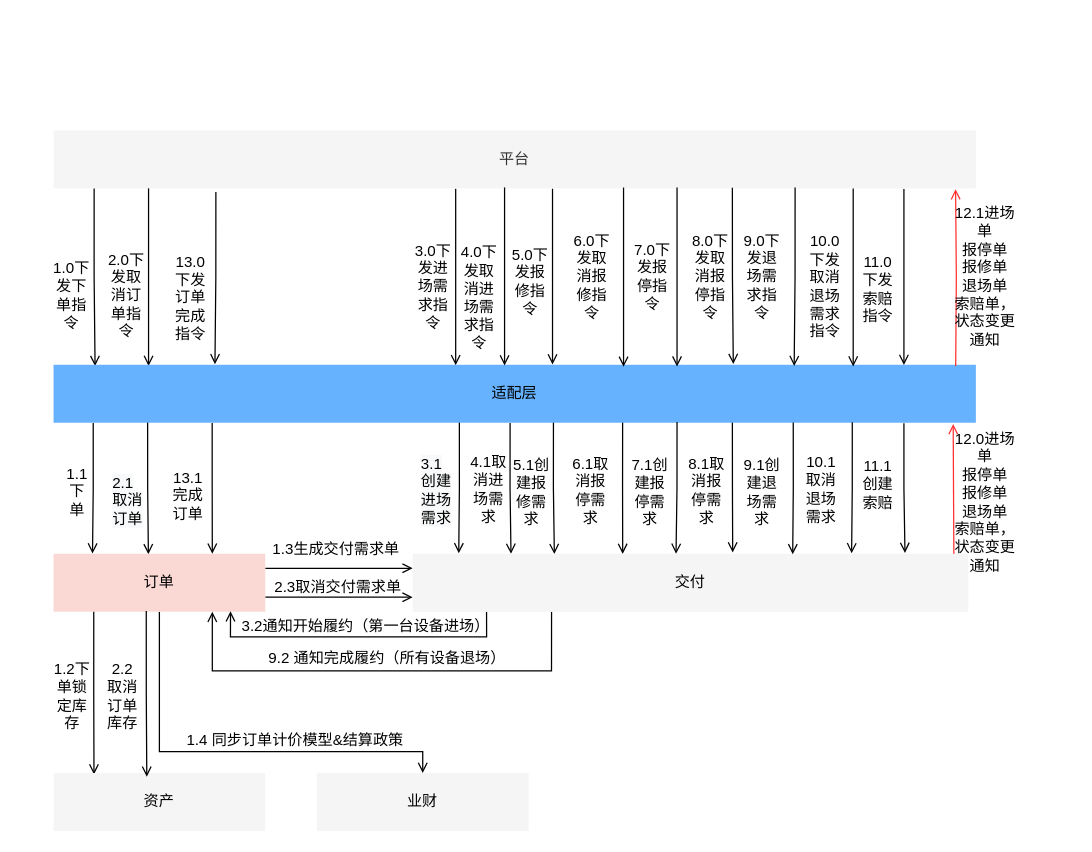
The draw.io diagram page "Copy of Page-29" (33 of 36) of docs/自营重构.drawio in lokiworks/codebase, before the edit. Source tidied: cells renumbered, new cells numbered last; positions are measured from the earlier drawing's top-left corner, leaving out a move shared by most shapes. Both pictures are drawn from the tidied source at 126%, with x=0, y=0 at pixel (50, 130).
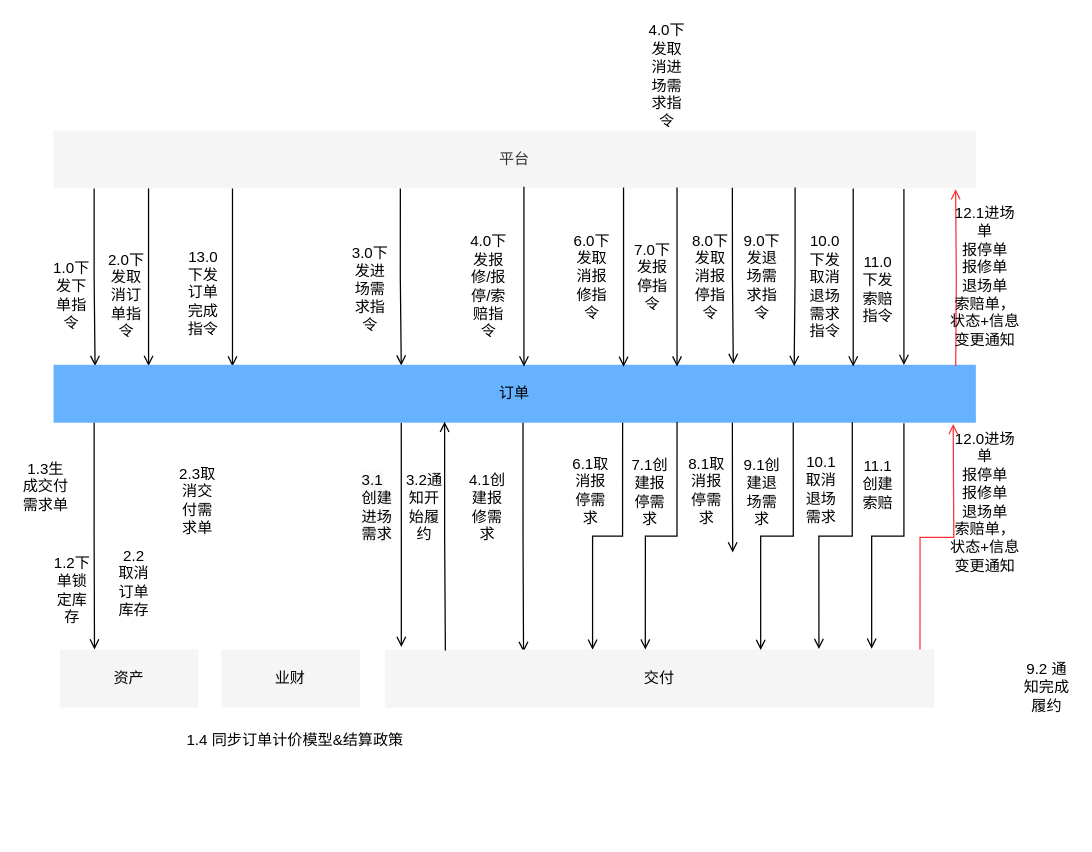
Above is the later version.

The change refers to these unchanged cells:
```xml
<mxCell id="6" value="平台" style="rounded=0;whiteSpace=wrap;html=1;strokeColor=none;fillColor=#f5f5f5;fontColor=#333333;" parent="1" vertex="1">
  <mxGeometry x="2" width="732" height="46" as="geometry" />
</mxCell>
```

What changed in the source:
```diff
@@
-    <mxCell id="4" style="edgeStyle=orthogonalEdgeStyle;rounded=0;jettySize=auto;html=1;fontColor=#000000;endArrow=open;endFill=0;entryX=0.436;entryY=0.007;entryDx=0;entryDy=0;entryPerimeter=0;exitX=0.436;exitY=1.005;exitDx=0;exitDy=0;exitPerimeter=0;" parent="1" edge="1" source="6" target="13">
+    <mxCell id="4" style="edgeStyle=orthogonalEdgeStyle;rounded=0;jettySize=auto;html=1;fontColor=#000000;endArrow=open;endFill=0;exitX=0.376;exitY=0.997;exitDx=0;exitDy=0;exitPerimeter=0;entryX=0.377;entryY=0.013;entryDx=0;entryDy=0;entryPerimeter=0;" parent="1" edge="1" source="6" target="13">
       <mxGeometry relative="1" as="geometry" />
     </mxCell>
-    <mxCell id="5" style="edgeStyle=orthogonalEdgeStyle;rounded=0;jettySize=auto;html=1;exitX=0.176;exitY=1.063;exitDx=0;exitDy=0;entryX=0.175;entryY=-0.009;entryDx=0;entryDy=0;entryPerimeter=0;fontColor=#000000;startArrow=none;startFill=0;endArrow=open;endFill=0;strokeColor=#000000;exitPerimeter=0;" parent="1" edge="1" source="6" target="13">
+    <mxCell id="5" style="edgeStyle=orthogonalEdgeStyle;rounded=0;jettySize=auto;html=1;exitX=0.194;exitY=0.997;exitDx=0;exitDy=0;fontColor=#000000;startArrow=none;startFill=0;endArrow=open;endFill=0;strokeColor=#000000;exitPerimeter=0;entryX=0.194;entryY=0.03;entryDx=0;entryDy=0;entryPerimeter=0;" parent="1" edge="1" source="6" target="13">
       <mxGeometry relative="1" as="geometry" />
     </mxCell>
@@
-    <mxCell id="7" style="edgeStyle=orthogonalEdgeStyle;rounded=0;jettySize=auto;html=1;entryX=0.448;entryY=0.009;entryDx=0;entryDy=0;fontColor=#000000;endArrow=open;endFill=0;exitX=0.102;exitY=0.984;exitDx=0;exitDy=0;exitPerimeter=0;entryPerimeter=0;" parent="1" edge="1" source="13" target="18">
-      <mxGeometry relative="1" as="geometry" />
-    </mxCell>
-    <mxCell id="8" style="edgeStyle=orthogonalEdgeStyle;rounded=0;jettySize=auto;html=1;entryX=0.083;entryY=-0.008;entryDx=0;entryDy=0;fontColor=#000000;endArrow=open;endFill=0;entryPerimeter=0;exitX=0.44;exitY=0.974;exitDx=0;exitDy=0;exitPerimeter=0;" parent="1" edge="1" source="13" target="22">
-      <mxGeometry relative="1" as="geometry" />
+    <mxCell id="8" style="edgeStyle=orthogonalEdgeStyle;rounded=0;jettySize=auto;html=1;fontColor=#000000;endArrow=open;endFill=0;exitX=0.377;exitY=1;exitDx=0;exitDy=0;exitPerimeter=0;" parent="1" edge="1" source="13">
+      <mxGeometry relative="1" as="geometry">
+        <mxPoint x="278" y="410" as="targetPoint" />
+      </mxGeometry>
     </mxCell>
-    <mxCell id="9" style="edgeStyle=orthogonalEdgeStyle;rounded=0;jettySize=auto;html=1;entryX=0.177;entryY=0.001;entryDx=0;entryDy=0;fontColor=#000000;endArrow=open;endFill=0;entryPerimeter=0;exitX=0.495;exitY=1.004;exitDx=0;exitDy=0;exitPerimeter=0;" parent="1" edge="1" source="13" target="22">
-      <mxGeometry relative="1" as="geometry" />
-    </mxCell>
-    <mxCell id="10" style="edgeStyle=orthogonalEdgeStyle;rounded=0;jettySize=auto;html=1;exitX=0.542;exitY=0.989;exitDx=0;exitDy=0;fontColor=#000000;endArrow=open;endFill=0;exitPerimeter=0;entryX=0.255;entryY=0.006;entryDx=0;entryDy=0;entryPerimeter=0;" parent="1" edge="1" source="13" target="22">
-      <mxGeometry relative="1" as="geometry" />
+    <mxCell id="10" style="edgeStyle=orthogonalEdgeStyle;rounded=0;jettySize=auto;html=1;exitX=0.509;exitY=0.99;exitDx=0;exitDy=0;fontColor=#000000;endArrow=open;endFill=0;exitPerimeter=0;" parent="1" edge="1" source="13">
+      <mxGeometry relative="1" as="geometry">
+        <mxPoint x="375" y="414" as="targetPoint" />
+      </mxGeometry>
     </mxCell>
@@
-    <mxCell id="13" value="&lt;font color=&quot;#000000&quot;&gt;适配层&lt;/font&gt;" style="rounded=0;whiteSpace=wrap;html=1;strokeColor=none;fillColor=#66B2FF;fontColor=#ffffff;" parent="1" vertex="1">
+    <mxCell id="13" value="&lt;font color=&quot;#000000&quot;&gt;订单&lt;/font&gt;" style="rounded=0;whiteSpace=wrap;html=1;strokeColor=none;fillColor=#66B2FF;fontColor=#ffffff;" parent="1" vertex="1">
       <mxGeometry x="2" y="186" width="732" height="46" as="geometry" />
     </mxCell>
-    <mxCell id="14" style="edgeStyle=orthogonalEdgeStyle;rounded=0;jettySize=auto;html=1;exitX=0.19;exitY=0.99;exitDx=0;exitDy=0;fontColor=#000000;endArrow=open;endFill=0;exitPerimeter=0;entryX=0.191;entryY=0.026;entryDx=0;entryDy=0;entryPerimeter=0;" parent="1" edge="1" source="18" target="25">
+    <mxCell id="14" style="edgeStyle=orthogonalEdgeStyle;rounded=0;jettySize=auto;html=1;exitX=0.044;exitY=1;exitDx=0;exitDy=0;fontColor=#000000;endArrow=open;endFill=0;exitPerimeter=0;entryX=0.25;entryY=0;entryDx=0;entryDy=0;" parent="1" edge="1" source="13" target="25">
       <mxGeometry relative="1" as="geometry" />
     </mxCell>
-    <mxCell id="15" style="edgeStyle=orthogonalEdgeStyle;rounded=0;jettySize=auto;html=1;exitX=1;exitY=0.25;exitDx=0;exitDy=0;entryX=0;entryY=0.25;entryDx=0;entryDy=0;fontColor=#000000;endArrow=open;endFill=0;" parent="1" edge="1" source="18" target="22">
-      <mxGeometry relative="1" as="geometry" />
-    </mxCell>
-    <mxCell id="16" style="edgeStyle=orthogonalEdgeStyle;rounded=0;jettySize=auto;html=1;exitX=1;exitY=0.75;exitDx=0;exitDy=0;entryX=0;entryY=0.75;entryDx=0;entryDy=0;fontColor=#000000;endArrow=open;endFill=0;startArrow=none;startFill=0;" parent="1" edge="1" source="18" target="22">
-      <mxGeometry relative="1" as="geometry" />
-    </mxCell>
-    <mxCell id="17" style="edgeStyle=orthogonalEdgeStyle;rounded=0;jettySize=auto;html=1;exitX=0.5;exitY=1;exitDx=0;exitDy=0;entryX=0.5;entryY=0;entryDx=0;entryDy=0;fontColor=#000000;startArrow=none;startFill=0;endArrow=open;endFill=0;strokeColor=#000000;" parent="1" edge="1" source="18" target="72">
-      <mxGeometry relative="1" as="geometry">
-        <Array as="points">
-          <mxPoint x="86" y="493" />
-          <mxPoint x="295" y="493" />
-        </Array>
-      </mxGeometry>
-    </mxCell>
-    <mxCell id="18" value="&lt;font color=&quot;#000000&quot;&gt;订单&lt;/font&gt;" style="rounded=0;whiteSpace=wrap;html=1;strokeColor=none;fillColor=#fad9d5;" parent="1" vertex="1">
-      <mxGeometry x="2" y="336" width="168" height="46" as="geometry" />
-    </mxCell>
-    <mxCell id="19" style="edgeStyle=orthogonalEdgeStyle;rounded=0;jettySize=auto;html=1;exitX=0.133;exitY=0.999;exitDx=0;exitDy=0;entryX=0.836;entryY=0.993;entryDx=0;entryDy=0;entryPerimeter=0;fontColor=#000000;endArrow=open;endFill=0;exitPerimeter=0;" parent="1" edge="1" source="22" target="18">
-      <mxGeometry relative="1" as="geometry">
-        <Array as="points">
-          <mxPoint x="346" y="402" />
-          <mxPoint x="142" y="402" />
-        </Array>
-      </mxGeometry>
-    </mxCell>
-    <mxCell id="20" style="edgeStyle=orthogonalEdgeStyle;rounded=0;jettySize=auto;html=1;exitX=0.25;exitY=1;exitDx=0;exitDy=0;entryX=0.75;entryY=1;entryDx=0;entryDy=0;fontColor=#000000;endArrow=open;endFill=0;" parent="1" edge="1" source="22" target="18">
-      <mxGeometry relative="1" as="geometry">
-        <Array as="points">
-          <mxPoint x="397" y="429" />
-          <mxPoint x="128" y="429" />
-        </Array>
-      </mxGeometry>
-    </mxCell>
@@
     <mxCell id="22" value="&lt;font color=&quot;#000000&quot;&gt;交付&lt;/font&gt;" style="rounded=0;whiteSpace=wrap;html=1;strokeColor=none;fillColor=#f5f5f5;fontColor=#333333;" parent="1" vertex="1">
-      <mxGeometry x="287" y="336" width="441" height="46" as="geometry" />
+      <mxGeometry x="265" y="412" width="436" height="46" as="geometry" />
     </mxCell>
-    <mxCell id="23" style="edgeStyle=orthogonalEdgeStyle;rounded=0;jettySize=auto;html=1;exitX=0.043;exitY=1.003;exitDx=0;exitDy=0;entryX=0.184;entryY=-0.003;entryDx=0;entryDy=0;entryPerimeter=0;fontColor=#000000;endArrow=open;endFill=0;exitPerimeter=0;" parent="1" edge="1" source="13" target="18">
-      <mxGeometry relative="1" as="geometry" />
-    </mxCell>
@@
     <mxCell id="25" value="&lt;font color=&quot;#000000&quot;&gt;资产&lt;/font&gt;" style="rounded=0;whiteSpace=wrap;html=1;strokeColor=none;fillColor=#f5f5f5;fontColor=#333333;" parent="1" vertex="1">
-      <mxGeometry x="2" y="510" width="168" height="46" as="geometry" />
+      <mxGeometry x="7" y="412" width="110" height="46" as="geometry" />
     </mxCell>
     <mxCell id="26" value="1.2下单锁定库存" style="text;html=1;strokeColor=none;fillColor=none;align=center;verticalAlign=middle;whiteSpace=wrap;rounded=0;fontColor=#000000;" parent="1" vertex="1">
-      <mxGeometry x="-0.5" y="414.5" width="34" height="69" as="geometry" />
+      <mxGeometry x="-0.5" y="330" width="34" height="69" as="geometry" />
     </mxCell>
     <mxCell id="27" value="2.2取消订单库存" style="text;html=1;strokeColor=none;fillColor=none;align=center;verticalAlign=middle;whiteSpace=wrap;rounded=0;fontColor=#000000;" parent="1" vertex="1">
-      <mxGeometry x="43" y="430" width="28" height="38" as="geometry" />
+      <mxGeometry x="52" y="340" width="28" height="38" as="geometry" />
     </mxCell>
-    <mxCell id="28" style="edgeStyle=orthogonalEdgeStyle;rounded=0;jettySize=auto;html=1;exitX=0.438;exitY=0.988;exitDx=0;exitDy=0;fontColor=#000000;endArrow=open;endFill=0;exitPerimeter=0;" parent="1" edge="1" source="18">
-      <mxGeometry relative="1" as="geometry">
-        <mxPoint x="76" y="513" as="targetPoint" />
-      </mxGeometry>
-    </mxCell>
@@
-    <mxCell id="30" value="1.1下单" style="text;html=1;strokeColor=none;fillColor=none;align=center;verticalAlign=middle;whiteSpace=wrap;rounded=0;fontColor=#000000;" parent="1" vertex="1">
-      <mxGeometry x="14" y="259" width="14" height="55" as="geometry" />
-    </mxCell>
     <mxCell id="31" value="3.0下发进场需求指令" style="text;html=1;strokeColor=none;fillColor=none;align=center;verticalAlign=middle;whiteSpace=wrap;rounded=0;fontColor=#000000;" parent="1" vertex="1">
-      <mxGeometry x="287" y="96" width="33" height="55" as="geometry" />
+      <mxGeometry x="237" y="98" width="33" height="55" as="geometry" />
     </mxCell>
-    <mxCell id="32" value="&lt;span style=&quot;color: rgb(0, 0, 0); font-family: Helvetica; font-size: 12px; font-style: normal; font-variant-ligatures: normal; font-variant-caps: normal; font-weight: 400; letter-spacing: normal; orphans: 2; text-align: center; text-indent: 0px; text-transform: none; widows: 2; word-spacing: 0px; -webkit-text-stroke-width: 0px; background-color: rgb(248, 249, 250); text-decoration-thickness: initial; text-decoration-style: initial; text-decoration-color: initial; float: none; display: inline !important;&quot;&gt;2.1取消订单&lt;/span&gt;" style="text;whiteSpace=wrap;html=1;fontColor=#000000;" parent="1" vertex="1">
-      <mxGeometry x="47.4" y="266" width="29.6" height="58" as="geometry" />
-    </mxCell>
     <mxCell id="33" value="1.3生成交付需求单" style="text;html=1;strokeColor=none;fillColor=none;align=center;verticalAlign=middle;whiteSpace=wrap;rounded=0;fontColor=#000000;" parent="1" vertex="1">
-      <mxGeometry x="170" y="318" width="113" height="30" as="geometry" />
+      <mxGeometry x="-23" y="245.8" width="38" height="73.5" as="geometry" />
     </mxCell>
     <mxCell id="34" value="&lt;span style=&quot;color: rgb(0, 0, 0); font-family: Helvetica; font-size: 12px; font-style: normal; font-variant-ligatures: normal; font-variant-caps: normal; font-weight: 400; letter-spacing: normal; orphans: 2; text-align: center; text-indent: 0px; text-transform: none; widows: 2; word-spacing: 0px; -webkit-text-stroke-width: 0px; background-color: rgb(248, 249, 250); text-decoration-thickness: initial; text-decoration-style: initial; text-decoration-color: initial; float: none; display: inline !important;&quot;&gt;3.1创建进场需求&lt;/span&gt;" style="text;whiteSpace=wrap;html=1;fontColor=#000000;" parent="1" vertex="1">
-      <mxGeometry x="292.4" y="250.5" width="29.6" height="58" as="geometry" />
+      <mxGeometry x="245" y="264" width="29.6" height="58" as="geometry" />
     </mxCell>
     <mxCell id="35" value="2.3取消交付需求单" style="text;html=1;strokeColor=none;fillColor=none;align=center;verticalAlign=middle;whiteSpace=wrap;rounded=0;fontColor=#000000;" parent="1" vertex="1">
-      <mxGeometry x="173" y="348" width="110" height="30" as="geometry" />
+      <mxGeometry x="101" y="265.5" width="30.5" height="56.5" as="geometry" />
     </mxCell>
-    <mxCell id="36" style="edgeStyle=orthogonalEdgeStyle;rounded=0;jettySize=auto;html=1;fontColor=#000000;endArrow=open;endFill=0;entryX=0.489;entryY=0.013;entryDx=0;entryDy=0;entryPerimeter=0;exitX=0.489;exitY=0.984;exitDx=0;exitDy=0;exitPerimeter=0;" parent="1" edge="1" source="6" target="13">
-      <mxGeometry relative="1" as="geometry" />
-    </mxCell>
     <mxCell id="37" value="4.0下发取消进场需求指令" style="text;html=1;strokeColor=none;fillColor=none;align=center;verticalAlign=middle;whiteSpace=wrap;rounded=0;fontColor=#000000;" parent="1" vertex="1">
-      <mxGeometry x="322" y="105" width="36" height="55" as="geometry" />
+      <mxGeometry x="471" y="-71" width="36" height="55" as="geometry" />
     </mxCell>
-    <mxCell id="38" value="4.1取消进场需求" style="text;html=1;strokeColor=none;fillColor=none;align=center;verticalAlign=middle;whiteSpace=wrap;rounded=0;fontColor=#000000;" parent="1" vertex="1">
-      <mxGeometry x="331" y="257" width="33" height="55" as="geometry" />
-    </mxCell>
-    <mxCell id="39" style="edgeStyle=orthogonalEdgeStyle;rounded=0;jettySize=auto;html=1;fontColor=#000000;endArrow=open;endFill=0;entryX=0.541;entryY=-0.006;entryDx=0;entryDy=0;entryPerimeter=0;exitX=0.541;exitY=1.007;exitDx=0;exitDy=0;exitPerimeter=0;" parent="1" edge="1" source="6" target="13">
+    <mxCell id="39" style="edgeStyle=orthogonalEdgeStyle;rounded=0;jettySize=auto;html=1;fontColor=#000000;endArrow=open;endFill=0;entryX=0.51;entryY=0.03;entryDx=0;entryDy=0;entryPerimeter=0;exitX=0.51;exitY=0.972;exitDx=0;exitDy=0;exitPerimeter=0;" parent="1" edge="1" source="6" target="13">
       <mxGeometry relative="1" as="geometry" />
     </mxCell>
-    <mxCell id="40" value="5.0下发报修指令" style="text;html=1;strokeColor=none;fillColor=none;align=center;verticalAlign=middle;whiteSpace=wrap;rounded=0;fontColor=#000000;" parent="1" vertex="1">
-      <mxGeometry x="364" y="92" width="33" height="55" as="geometry" />
+    <mxCell id="40" value="4.0下发报修/报停/索赔指令" style="text;html=1;strokeColor=none;fillColor=none;align=center;verticalAlign=middle;whiteSpace=wrap;rounded=0;fontColor=#000000;" parent="1" vertex="1">
+      <mxGeometry x="331" y="96" width="33" height="55" as="geometry" />
     </mxCell>
-    <mxCell id="41" value="3.2通知开始履约（第一台设备进场）" style="text;html=1;strokeColor=none;fillColor=none;align=center;verticalAlign=middle;whiteSpace=wrap;rounded=0;fontColor=#000000;" parent="1" vertex="1">
-      <mxGeometry x="150" y="385" width="200" height="17" as="geometry" />
+    <mxCell id="41" value="3.2通知开始履约" style="text;html=1;strokeColor=none;fillColor=none;align=center;verticalAlign=middle;whiteSpace=wrap;rounded=0;fontColor=#000000;" parent="1" vertex="1">
+      <mxGeometry x="279" y="271" width="35" height="55" as="geometry" />
     </mxCell>
-    <mxCell id="42" value="9.2 通知完成履约（所有设备退场）" style="text;html=1;strokeColor=none;fillColor=none;align=center;verticalAlign=middle;whiteSpace=wrap;rounded=0;fontColor=#000000;" parent="1" vertex="1">
-      <mxGeometry x="150" y="405" width="234" height="27" as="geometry" />
+    <mxCell id="42" value="9.2 通知完成履约" style="text;html=1;strokeColor=none;fillColor=none;align=center;verticalAlign=middle;whiteSpace=wrap;rounded=0;fontColor=#000000;" parent="1" vertex="1">
+      <mxGeometry x="771" y="412" width="39" height="59" as="geometry" />
     </mxCell>
-    <mxCell id="43" value="5.1创建报修需求" style="text;html=1;strokeColor=none;fillColor=none;align=center;verticalAlign=middle;whiteSpace=wrap;rounded=0;fontColor=#000000;" parent="1" vertex="1">
-      <mxGeometry x="364" y="250.5" width="35" height="72" as="geometry" />
+    <mxCell id="43" value="4.1创建报修需求" style="text;html=1;strokeColor=none;fillColor=none;align=center;verticalAlign=middle;whiteSpace=wrap;rounded=0;fontColor=#000000;" parent="1" vertex="1">
+      <mxGeometry x="329" y="262.5" width="35" height="72" as="geometry" />
     </mxCell>
@@
-    <mxCell id="67" value="12.0进场单&lt;br&gt;报停单&lt;br&gt;报修单&lt;br&gt;退场单&lt;br&gt;索赔单，&lt;br&gt;状态变更通知" style="text;html=1;strokeColor=none;fillColor=none;align=center;verticalAlign=middle;whiteSpace=wrap;rounded=0;fontColor=#000000;" parent="1" vertex="1">
+    <mxCell id="67" value="12.0进场单&lt;br&gt;报停单&lt;br&gt;报修单&lt;br&gt;退场单&lt;br&gt;索赔单，&lt;br&gt;状态+信息变更通知" style="text;html=1;strokeColor=none;fillColor=none;align=center;verticalAlign=middle;whiteSpace=wrap;rounded=0;fontColor=#000000;" parent="1" vertex="1">
       <mxGeometry x="712" y="237.2" width="59" height="115.5" as="geometry" />
     </mxCell>
-    <mxCell id="68" value="12.1进场单&lt;br&gt;报停单&lt;br&gt;报修单&lt;br&gt;退场单&lt;br&gt;索赔单，&lt;br&gt;状态变更通知" style="text;html=1;strokeColor=none;fillColor=none;align=center;verticalAlign=middle;whiteSpace=wrap;rounded=0;fontColor=#000000;" parent="1" vertex="1">
+    <mxCell id="68" value="12.1进场单&lt;br&gt;报停单&lt;br&gt;报修单&lt;br&gt;退场单&lt;br&gt;索赔单，&lt;br&gt;状态+信息变更通知" style="text;html=1;strokeColor=none;fillColor=none;align=center;verticalAlign=middle;whiteSpace=wrap;rounded=0;fontColor=#000000;" parent="1" vertex="1">
       <mxGeometry x="712" y="57.8" width="59" height="115.5" as="geometry" />
     </mxCell>
     <mxCell id="69" value="13.0下发订单完成指令" style="text;html=1;strokeColor=none;fillColor=none;align=center;verticalAlign=middle;whiteSpace=wrap;rounded=0;fontColor=#000000;" parent="1" vertex="1">
-      <mxGeometry x="94" y="110.5" width="34" height="44" as="geometry" />
+      <mxGeometry x="104" y="107" width="34" height="44" as="geometry" />
     </mxCell>
-    <mxCell id="70" style="edgeStyle=orthogonalEdgeStyle;rounded=0;jettySize=auto;html=1;entryX=0.75;entryY=0;entryDx=0;entryDy=0;fontColor=#000000;startArrow=none;startFill=0;endArrow=open;endFill=0;strokeColor=#000000;exitX=0.172;exitY=1.005;exitDx=0;exitDy=0;exitPerimeter=0;" parent="1" edge="1" source="13" target="18">
-      <mxGeometry relative="1" as="geometry" />
-    </mxCell>
-    <mxCell id="71" value="13.1完成&lt;br&gt;订单" style="text;html=1;strokeColor=none;fillColor=none;align=center;verticalAlign=middle;whiteSpace=wrap;rounded=0;fontColor=#000000;" parent="1" vertex="1">
-      <mxGeometry x="92" y="268" width="34" height="44" as="geometry" />
-    </mxCell>
     <mxCell id="72" value="&lt;font color=&quot;#000000&quot;&gt;业财&lt;/font&gt;" style="rounded=0;whiteSpace=wrap;html=1;strokeColor=none;fillColor=#f5f5f5;fontColor=#333333;" parent="1" vertex="1">
-      <mxGeometry x="211" y="510" width="168" height="46" as="geometry" />
+      <mxGeometry x="135" y="412" width="110" height="46" as="geometry" />
     </mxCell>
@@
+    <mxCell id="9" style="edgeStyle=orthogonalEdgeStyle;rounded=0;jettySize=auto;html=1;fontColor=#000000;endArrow=none;endFill=0;exitX=0.424;exitY=0.983;exitDx=0;exitDy=0;exitPerimeter=0;entryX=0.11;entryY=0.017;entryDx=0;entryDy=0;entryPerimeter=0;startArrow=open;startFill=0;" parent="1" edge="1" source="13" target="22">
+      <mxGeometry relative="1" as="geometry" />
+    </mxCell>
```
